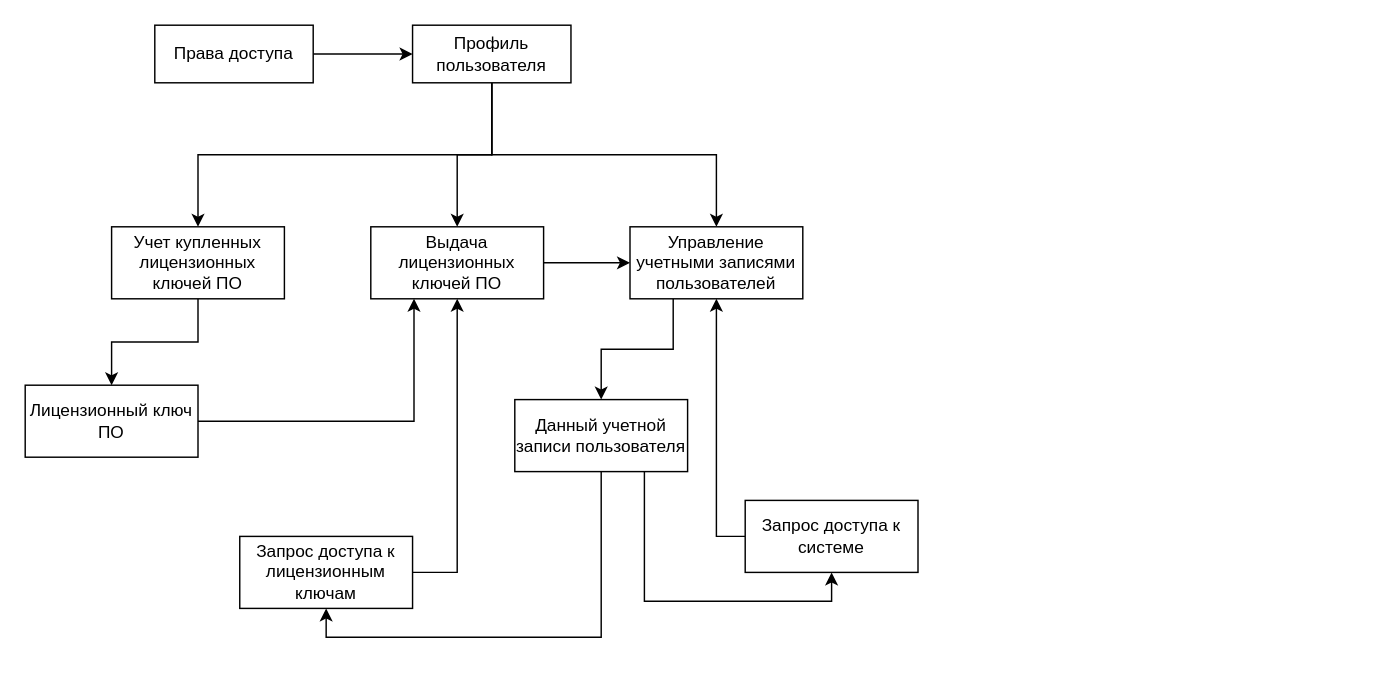
This is page "Модель предметной области" (2 of 23) of ВКР/Documents/VKR.drawio from Alexey-Silaenkov/software-accounting, a draw.io file, before an edit. Source tidied: cells renumbered, new cells numbered last; positions are measured from the earlier drawing's top-left corner, leaving out a move shared by most shapes. Both pictures are drawn from the tidied source at 144%, with x=0, y=0 at pixel (24, 24).
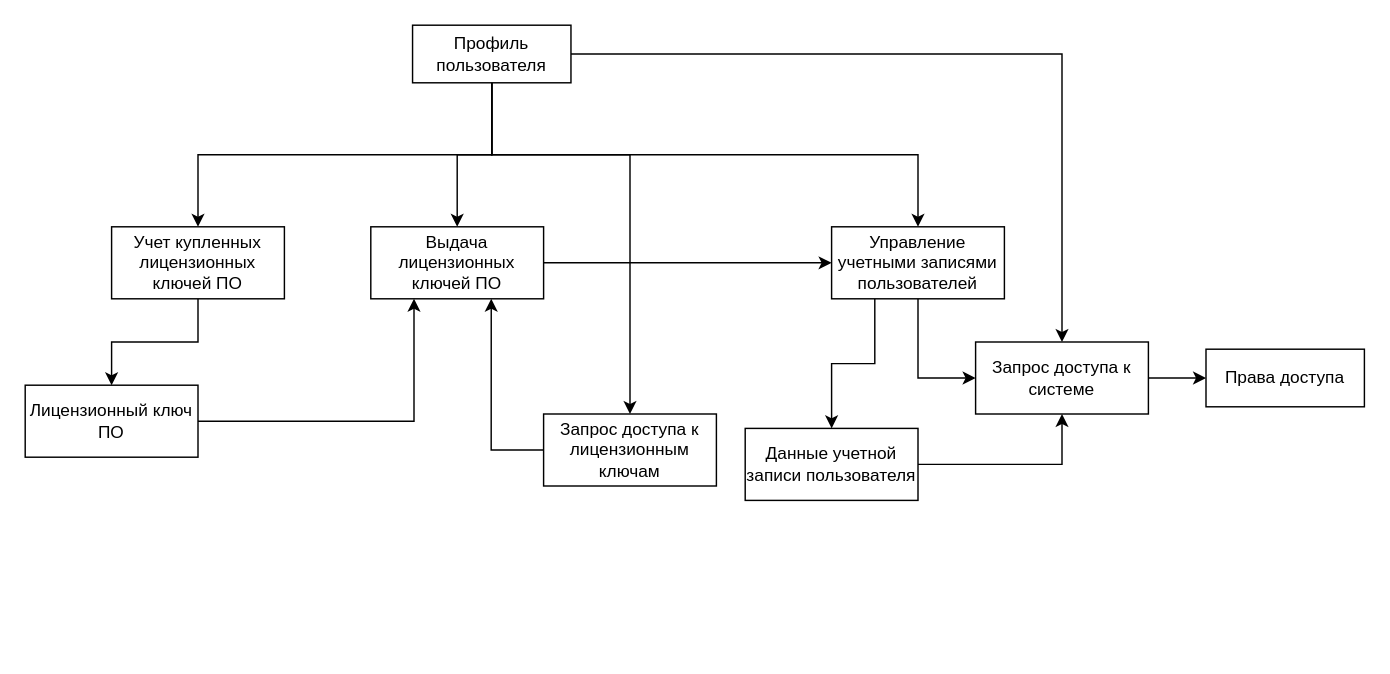
After the change.

Unchanged cells that the change refers to:
```xml
<mxCell id="7" value="Профиль пользователя" style="rounded=0;whiteSpace=wrap;html=1;" parent="1" vertex="1">
  <mxGeometry x="269" width="110" height="40" as="geometry" />
</mxCell>
<mxCell id="11" value="Выдача лицензионных ключей ПО" style="rounded=0;whiteSpace=wrap;html=1;" parent="1" vertex="1">
  <mxGeometry x="240" y="140" width="120" height="50" as="geometry" />
</mxCell>
```

The edit, as a diff of the source:
```diff
@@
-    <mxCell id="2" style="edgeStyle=orthogonalEdgeStyle;rounded=0;jettySize=auto;html=1;exitX=1;exitY=0.5;exitDx=0;exitDy=0;entryX=0;entryY=0.5;entryDx=0;entryDy=0;" parent="1" edge="1" source="3" target="7">
-      <mxGeometry relative="1" as="geometry" />
-    </mxCell>
     <mxCell id="3" value="Права доступа" style="rounded=0;whiteSpace=wrap;html=1;" parent="1" vertex="1">
-      <mxGeometry x="90" width="110" height="40" as="geometry" />
+      <mxGeometry x="820" y="225" width="110" height="40" as="geometry" />
     </mxCell>
@@
+    <mxCell id="23" style="edgeStyle=orthogonalEdgeStyle;rounded=0;jettySize=auto;html=1;exitX=1;exitY=0.5;exitDx=0;exitDy=0;entryX=0.5;entryY=0;entryDx=0;entryDy=0;" parent="1" edge="1" source="7" target="15">
+      <mxGeometry relative="1" as="geometry" />
+    </mxCell>
@@
+    <mxCell id="24" style="edgeStyle=orthogonalEdgeStyle;rounded=0;jettySize=auto;html=1;exitX=0.5;exitY=1;exitDx=0;exitDy=0;entryX=0;entryY=0.5;entryDx=0;entryDy=0;" parent="1" edge="1" source="13" target="15">
+      <mxGeometry relative="1" as="geometry" />
+    </mxCell>
     <mxCell id="13" value="Управление учетными записями пользователей" style="rounded=0;whiteSpace=wrap;html=1;" parent="1" vertex="1">
-      <mxGeometry x="420" y="140" width="120" height="50" as="geometry" />
+      <mxGeometry x="560" y="140" width="120" height="50" as="geometry" />
     </mxCell>
-    <mxCell id="14" style="edgeStyle=orthogonalEdgeStyle;rounded=0;jettySize=auto;html=1;exitX=0;exitY=0.5;exitDx=0;exitDy=0;entryX=0.5;entryY=1;entryDx=0;entryDy=0;" parent="1" edge="1" source="15" target="13">
-      <mxGeometry relative="1" as="geometry" />
-    </mxCell>
+    <mxCell id="25" style="edgeStyle=orthogonalEdgeStyle;rounded=0;jettySize=auto;html=1;exitX=1;exitY=0.5;exitDx=0;exitDy=0;entryX=0;entryY=0.5;entryDx=0;entryDy=0;" parent="1" edge="1" source="15" target="3">
+      <mxGeometry relative="1" as="geometry" />
+    </mxCell>
     <mxCell id="15" value="Запрос доступа к системе" style="rounded=0;whiteSpace=wrap;html=1;" parent="1" vertex="1">
-      <mxGeometry x="500" y="330" width="120" height="50" as="geometry" />
+      <mxGeometry x="660" y="220" width="120" height="50" as="geometry" />
     </mxCell>
-    <mxCell id="16" style="edgeStyle=orthogonalEdgeStyle;rounded=0;jettySize=auto;html=1;exitX=1;exitY=0.5;exitDx=0;exitDy=0;entryX=0.5;entryY=1;entryDx=0;entryDy=0;" parent="1" edge="1" source="17" target="11">
+    <mxCell id="16" style="edgeStyle=orthogonalEdgeStyle;rounded=0;jettySize=auto;html=1;exitX=0;exitY=0.5;exitDx=0;exitDy=0;entryX=0.697;entryY=1;entryDx=0;entryDy=0;entryPerimeter=0;" parent="1" edge="1" source="17" target="11">
       <mxGeometry relative="1" as="geometry" />
     </mxCell>
     <mxCell id="17" value="Запрос доступа к лицензионным ключам" style="rounded=0;whiteSpace=wrap;html=1;" parent="1" vertex="1">
-      <mxGeometry x="149" y="355" width="120" height="50" as="geometry" />
+      <mxGeometry x="360" y="270" width="120" height="50" as="geometry" />
     </mxCell>
@@
-    <mxCell id="20" style="edgeStyle=orthogonalEdgeStyle;rounded=0;jettySize=auto;html=1;exitX=0.5;exitY=1;exitDx=0;exitDy=0;entryX=0.5;entryY=1;entryDx=0;entryDy=0;" parent="1" edge="1" source="22" target="17">
-      <mxGeometry relative="1" as="geometry" />
+    <mxCell id="20" style="edgeStyle=orthogonalEdgeStyle;rounded=0;jettySize=auto;html=1;exitX=0.5;exitY=1;exitDx=0;exitDy=0;entryX=0.5;entryY=0;entryDx=0;entryDy=0;" parent="1" edge="1" source="7" target="17">
+      <mxGeometry relative="1" as="geometry">
+        <Array as="points">
+          <mxPoint x="324" y="90" />
+          <mxPoint x="420" y="90" />
+        </Array>
+      </mxGeometry>
     </mxCell>
-    <mxCell id="21" style="edgeStyle=orthogonalEdgeStyle;rounded=0;jettySize=auto;html=1;exitX=0.75;exitY=1;exitDx=0;exitDy=0;entryX=0.5;entryY=1;entryDx=0;entryDy=0;" parent="1" edge="1" source="22" target="15">
-      <mxGeometry relative="1" as="geometry" />
+    <mxCell id="21" style="edgeStyle=orthogonalEdgeStyle;rounded=0;jettySize=auto;html=1;entryX=0.5;entryY=1;entryDx=0;entryDy=0;exitX=1;exitY=0.5;exitDx=0;exitDy=0;" parent="1" edge="1" source="22" target="15">
+      <mxGeometry relative="1" as="geometry">
+        <Array as="points">
+          <mxPoint x="720" y="305" />
+        </Array>
+      </mxGeometry>
     </mxCell>
-    <mxCell id="22" value="Данный учетной записи пользователя" style="rounded=0;whiteSpace=wrap;html=1;" parent="1" vertex="1">
-      <mxGeometry x="340" y="260" width="120" height="50" as="geometry" />
+    <mxCell id="22" value="Данные учетной записи пользователя" style="rounded=0;whiteSpace=wrap;html=1;" parent="1" vertex="1">
+      <mxGeometry x="500" y="280" width="120" height="50" as="geometry" />
     </mxCell>
```
